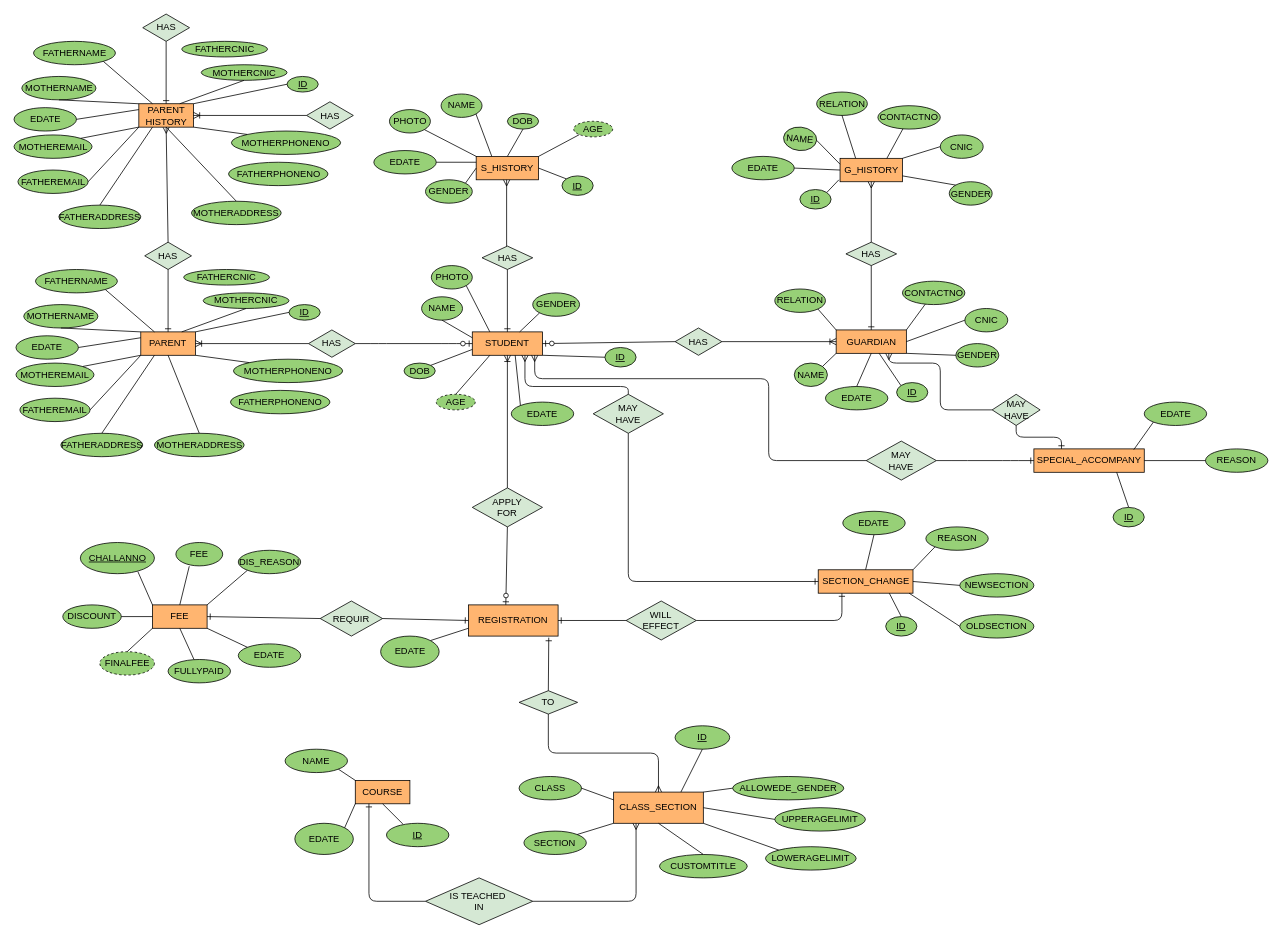
AhmadRiaz172/SchoolManagmnetSystem keeps this draw.io diagram as erd/erd.drawio. Above is the earlier version. Source tidied: cells renumbered, new cells numbered last; positions are measured from the earlier drawing's top-left corner, leaving out a move shared by most shapes. Both pictures are drawn from the tidied source at 78%, with x=0, y=0 at pixel (13, 13).
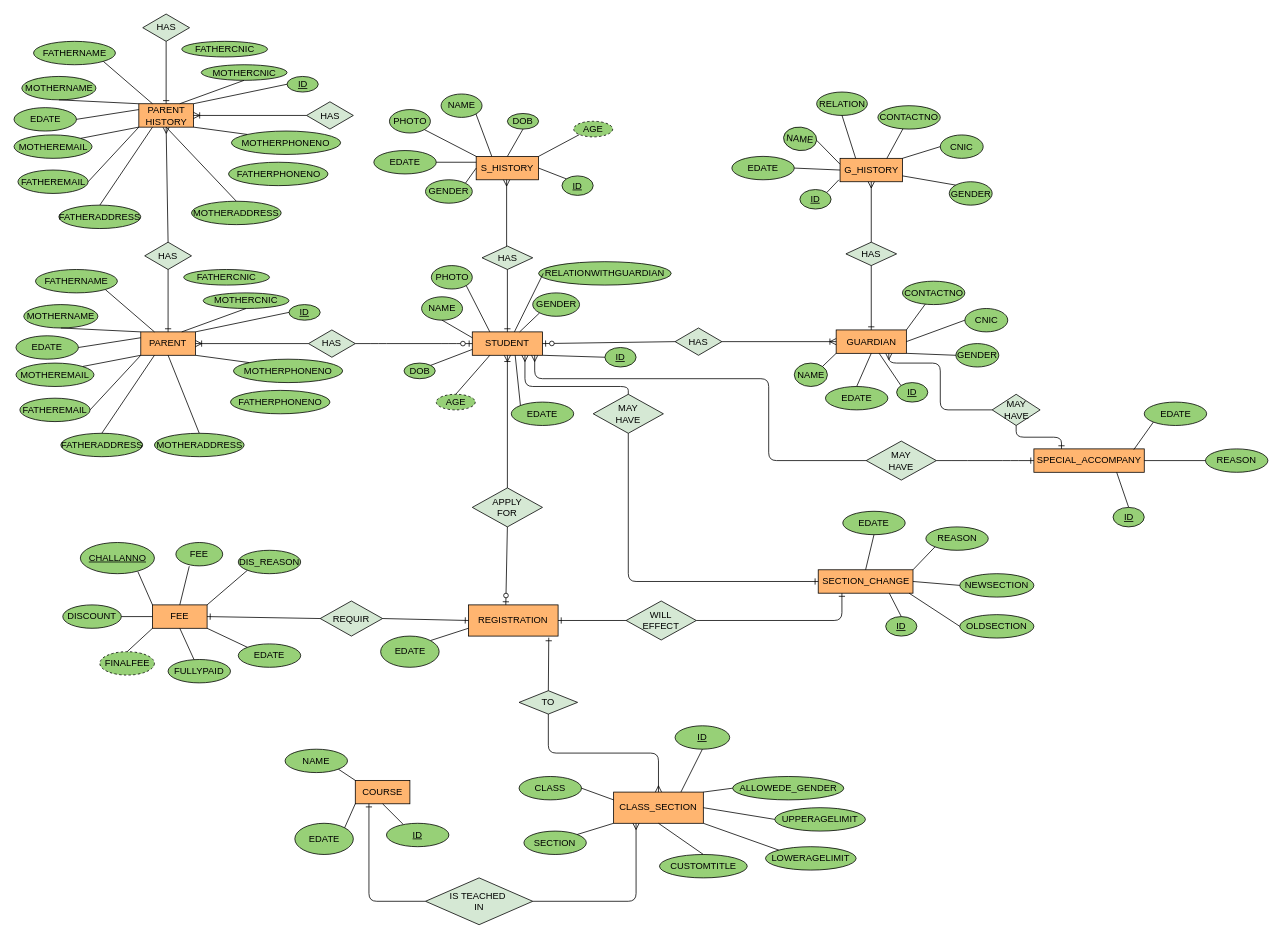
The same diagram, later.

Commit message (it also covers changes not shown here):
Sql and erd updated

The change refers to these unchanged cells:
```xml
<mxCell id="2" value="STUDENT" style="whiteSpace=wrap;html=1;align=center;fillColor=#FFB570;" parent="1" vertex="1">
  <mxGeometry x="588" y="408" width="90" height="30" as="geometry" />
</mxCell>
<mxCell id="14" value="GUARDIAN" style="whiteSpace=wrap;html=1;align=center;fillColor=#FFB570;" parent="1" vertex="1">
  <mxGeometry x="1054.5" y="405.5" width="90" height="30" as="geometry" />
</mxCell>
```

What changed in the source:
```diff
@@
-    <mxCell id="49" value="RELATION" style="ellipse;whiteSpace=wrap;html=1;align=center;fillColor=#97D077;" parent="1" vertex="1">
-      <mxGeometry x="975.8" y="353" width="65" height="30" as="geometry" />
+    <mxCell id="49" value="RELATIONWITHGUARDIAN" style="ellipse;whiteSpace=wrap;html=1;align=center;fillColor=#97D077;" parent="1" vertex="1">
+      <mxGeometry x="673" y="318" width="170" height="30" as="geometry" />
     </mxCell>
@@
-    <mxCell id="60" style="endArrow=none;html=1;rounded=0;exitX=1;exitY=1;exitDx=0;exitDy=0;entryX=0;entryY=0;entryDx=0;entryDy=0;" parent="1" edge="1" source="49" target="14">
-      <mxGeometry relative="1" as="geometry" />
-    </mxCell>
@@
+    <mxCell id="209" style="endArrow=none;html=1;rounded=0;entryX=0.6;entryY=0;entryDx=0;entryDy=0;entryPerimeter=0;" parent="1" edge="1" target="2">
+      <mxGeometry relative="1" as="geometry">
+        <mxPoint x="679" y="333" as="sourcePoint" />
+      </mxGeometry>
+    </mxCell>
```
